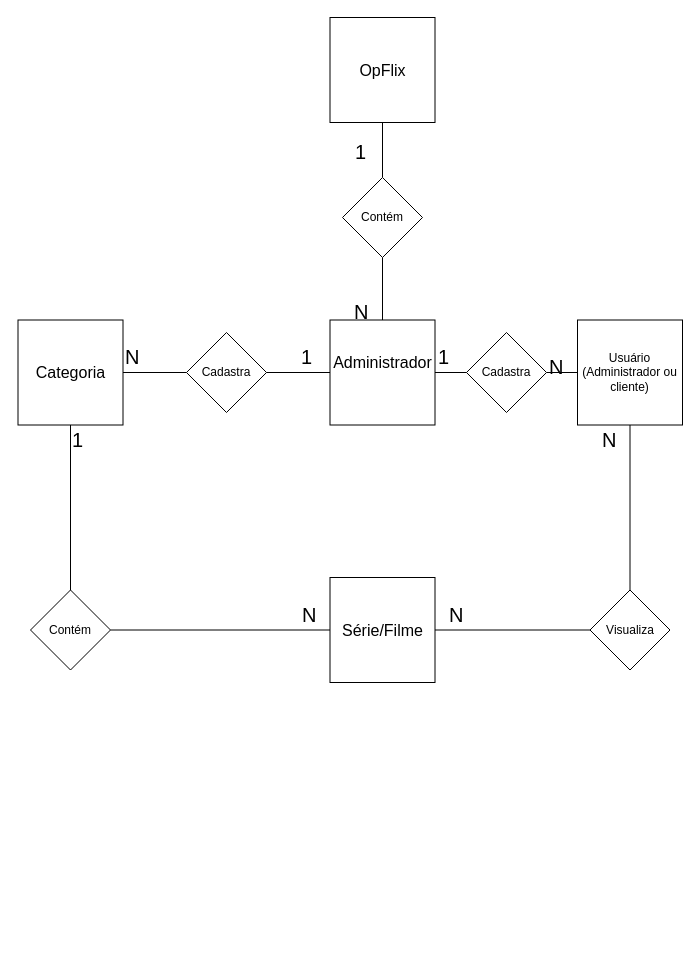
Before: page "Conceitual" (1 of 2) of M_Diagrama_MuriloMilani.drawio in MuriloMilani8870/2s2019-sprint-1-bd-Opflix, a draw.io diagram. Source tidied: cells renumbered, new cells numbered last; positions are measured from the earlier drawing's top-left corner, leaving out a move shared by most shapes. Both pictures are drawn from the tidied source at 100%, with x=0, y=0 at pixel (18, 17).
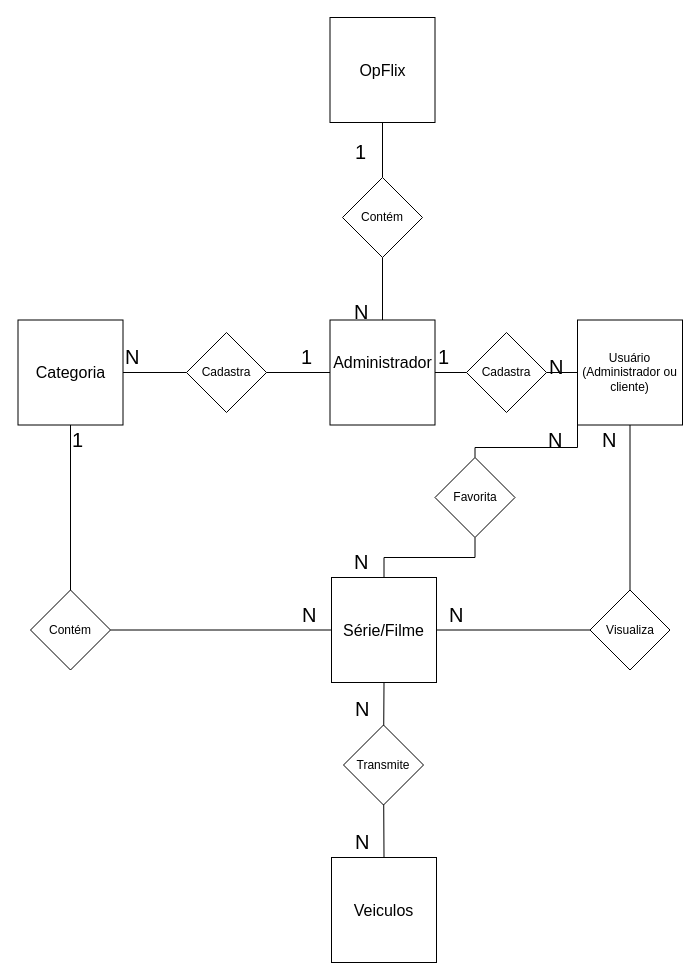
The same page after the edit.

Unchanged cells that the change refers to:
```xml
<mxCell id="10" value="Usuário&lt;br&gt;(Administrador ou cliente)" style="whiteSpace=wrap;html=1;" parent="1" vertex="1">
  <mxGeometry x="559" y="302.5" width="105" height="105" as="geometry" />
</mxCell>
```

Diff of the diagram source:
```diff
@@
+    <mxCell id="33" style="edgeStyle=orthogonalEdgeStyle;rounded=0;jettySize=auto;html=1;exitX=0.5;exitY=0;exitDx=0;exitDy=0;entryX=0.5;entryY=1;entryDx=0;entryDy=0;endArrow=none;endFill=0;" parent="1" edge="1" source="14" target="34">
+      <mxGeometry relative="1" as="geometry" />
+    </mxCell>
     <mxCell id="14" value="&lt;font style=&quot;font-size: 16px&quot;&gt;Série/Filme&lt;br&gt;&lt;/font&gt;" style="whiteSpace=wrap;html=1;" parent="1" vertex="1">
-      <mxGeometry x="311.5" y="560" width="105" height="105" as="geometry" />
+      <mxGeometry x="313" y="560" width="105" height="105" as="geometry" />
     </mxCell>
@@
+    <mxCell id="34" value="Favorita" style="rhombus;whiteSpace=wrap;html=1;" parent="1" vertex="1">
+      <mxGeometry x="416.5" y="440" width="80" height="80" as="geometry" />
+    </mxCell>
+    <mxCell id="35" style="edgeStyle=orthogonalEdgeStyle;rounded=0;jettySize=auto;html=1;exitX=0;exitY=0.75;exitDx=0;exitDy=0;entryX=0.5;entryY=0;entryDx=0;entryDy=0;endArrow=none;endFill=0;" parent="1" edge="1" source="10" target="34">
+      <mxGeometry relative="1" as="geometry">
+        <Array as="points">
+          <mxPoint x="559" y="430" />
+        </Array>
+      </mxGeometry>
+    </mxCell>
+    <mxCell id="36" value="&lt;span style=&quot;font-size: 20px&quot;&gt;N&lt;/span&gt;" style="text;html=1;align=left;verticalAlign=top;spacingTop=-4;" parent="1" vertex="1">
+      <mxGeometry x="528" y="407.5" width="30" height="20" as="geometry" />
+    </mxCell>
+    <mxCell id="37" value="&lt;span style=&quot;font-size: 20px&quot;&gt;N&lt;/span&gt;" style="text;html=1;align=left;verticalAlign=top;spacingTop=-4;" parent="1" vertex="1">
+      <mxGeometry x="334" y="530" width="30" height="20" as="geometry" />
+    </mxCell>
+    <mxCell id="38" value="&lt;font style=&quot;font-size: 16px&quot;&gt;Veiculos&lt;br&gt;&lt;/font&gt;" style="whiteSpace=wrap;html=1;" parent="1" vertex="1">
+      <mxGeometry x="313" y="840" width="105" height="105" as="geometry" />
+    </mxCell>
+    <mxCell id="39" value="Transmite" style="rhombus;whiteSpace=wrap;html=1;" parent="1" vertex="1">
+      <mxGeometry x="325" y="707.5" width="80" height="80" as="geometry" />
+    </mxCell>
+    <mxCell id="40" style="endArrow=none;html=1;entryX=0.5;entryY=1;entryDx=0;entryDy=0;" parent="1" edge="1" source="39" target="14">
+      <mxGeometry relative="1" as="geometry" />
+    </mxCell>
+    <mxCell id="41" style="endArrow=none;html=1;exitX=0.5;exitY=0;exitDx=0;exitDy=0;" parent="1" edge="1" source="38" target="39">
+      <mxGeometry relative="1" as="geometry" />
+    </mxCell>
+    <mxCell id="42" value="&lt;span style=&quot;font-size: 20px&quot;&gt;N&lt;/span&gt;" style="text;html=1;align=left;verticalAlign=top;spacingTop=-4;" parent="1" vertex="1">
+      <mxGeometry x="335" y="810" width="30" height="20" as="geometry" />
+    </mxCell>
+    <mxCell id="43" value="&lt;span style=&quot;font-size: 20px&quot;&gt;N&lt;/span&gt;" style="text;html=1;align=left;verticalAlign=top;spacingTop=-4;" parent="1" vertex="1">
+      <mxGeometry x="335" y="676.5" width="30" height="20" as="geometry" />
+    </mxCell>
```
